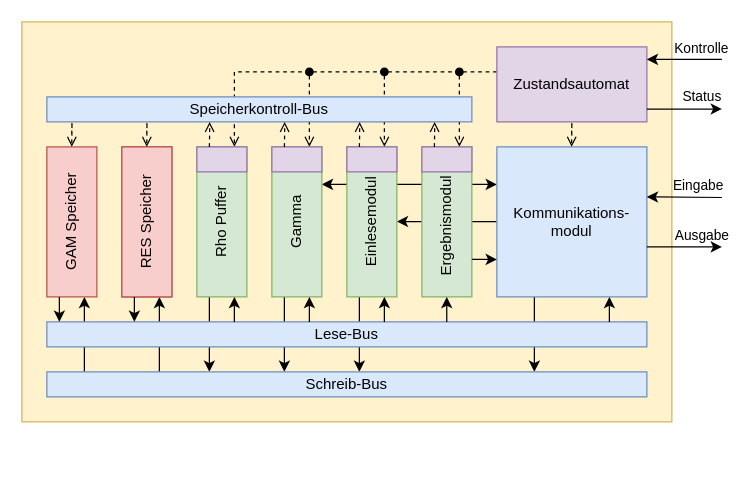
The draw.io diagram images/drawio templates/Iteration_3.drawio in niklaslorenz/abschlussarbeit, before the edit. Source tidied: cells renumbered, new cells numbered last; positions are measured from the earlier drawing's top-left corner, leaving out a move shared by most shapes. Both pictures are drawn from the tidied source at 125%, with x=0, y=0 at pixel (9, 21).
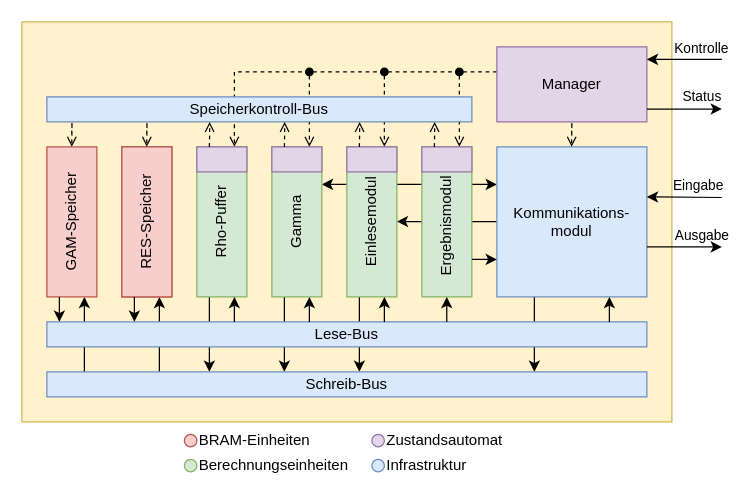
Above is the later version.

Commit message (it also covers changes not shown here):
Finished iteration 3 of the implementation chapter

Unchanged cells that the change refers to:
```xml
<mxCell id="15" style="group;" parent="1" vertex="1">
  <mxGeometry x="30" y="100" width="40" height="120" as="geometry" />
</mxCell>
<mxCell id="18" style="group;fillColor=#f8cecc;strokeColor=#b85450;" parent="1" vertex="1">
  <mxGeometry x="90" y="100" width="40" height="120" as="geometry" />
</mxCell>
<mxCell id="24" style="group;" parent="1" vertex="1">
  <mxGeometry x="150" y="100" width="40" height="120" as="geometry" />
</mxCell>
```

Diff of the diagram source:
```diff
@@
-    <mxCell id="17" value="GAM Speicher" style="text;html=1;strokeColor=none;fillColor=none;align=center;verticalAlign=middle;whiteSpace=wrap;rounded=0;rotation=-90;" parent="15" vertex="1">
+    <mxCell id="17" value="GAM-Speicher" style="text;html=1;strokeColor=none;fillColor=none;align=center;verticalAlign=middle;whiteSpace=wrap;rounded=0;rotation=-90;" parent="15" vertex="1">
       <mxGeometry x="-30" y="45" width="100" height="30" as="geometry" />
     </mxCell>
@@
-    <mxCell id="20" value="RES Speicher" style="text;html=1;strokeColor=none;fillColor=none;align=center;verticalAlign=middle;whiteSpace=wrap;rounded=0;rotation=-90;" parent="18" vertex="1">
+    <mxCell id="20" value="RES-Speicher" style="text;html=1;strokeColor=none;fillColor=none;align=center;verticalAlign=middle;whiteSpace=wrap;rounded=0;rotation=-90;" parent="18" vertex="1">
       <mxGeometry x="-30" y="45" width="100" height="30" as="geometry" />
     </mxCell>
@@
-    <mxCell id="26" value="Rho Puffer" style="text;html=1;strokeColor=none;fillColor=none;align=center;verticalAlign=middle;whiteSpace=wrap;rounded=0;rotation=-90;" parent="24" vertex="1">
+    <mxCell id="26" value="Rho-Puffer" style="text;html=1;strokeColor=none;fillColor=none;align=center;verticalAlign=middle;whiteSpace=wrap;rounded=0;rotation=-90;" parent="24" vertex="1">
       <mxGeometry x="-30" y="45" width="100" height="30" as="geometry" />
     </mxCell>
@@
-    <mxCell id="42" value="Zustandsautomat" style="rounded=0;whiteSpace=wrap;html=1;fillColor=#e1d5e7;strokeColor=#9673a6;" parent="1" vertex="1">
+    <mxCell id="42" value="Manager" style="rounded=0;whiteSpace=wrap;html=1;fillColor=#e1d5e7;strokeColor=#9673a6;" parent="1" vertex="1">
       <mxGeometry x="390" y="20" width="120" height="60" as="geometry" />
     </mxCell>
@@
+    <mxCell id="62" style="ellipse;whiteSpace=wrap;html=1;fillColor=#f8cecc;strokeColor=#b85450;" parent="1" vertex="1">
+      <mxGeometry x="140" y="330" width="10" height="10" as="geometry" />
+    </mxCell>
+    <mxCell id="63" value="BRAM-Einheiten" style="text;html=1;strokeColor=none;fillColor=none;align=left;verticalAlign=middle;whiteSpace=wrap;rounded=0;" parent="1" vertex="1">
+      <mxGeometry x="150" y="330" width="130" height="10" as="geometry" />
+    </mxCell>
+    <mxCell id="64" style="ellipse;whiteSpace=wrap;html=1;fillColor=#d5e8d4;strokeColor=#82b366;" parent="1" vertex="1">
+      <mxGeometry x="140" y="350" width="10" height="10" as="geometry" />
+    </mxCell>
+    <mxCell id="65" value="Berechnungseinheiten" style="text;html=1;strokeColor=none;fillColor=none;align=left;verticalAlign=middle;whiteSpace=wrap;rounded=0;" parent="1" vertex="1">
+      <mxGeometry x="150" y="350" width="130" height="10" as="geometry" />
+    </mxCell>
+    <mxCell id="66" style="ellipse;whiteSpace=wrap;html=1;fillColor=#e1d5e7;strokeColor=#9673a6;" parent="1" vertex="1">
+      <mxGeometry x="290" y="330" width="10" height="10" as="geometry" />
+    </mxCell>
+    <mxCell id="67" value="Zustandsautomat" style="text;html=1;strokeColor=none;fillColor=none;align=left;verticalAlign=middle;whiteSpace=wrap;rounded=0;" parent="1" vertex="1">
+      <mxGeometry x="300" y="330" width="130" height="10" as="geometry" />
+    </mxCell>
+    <mxCell id="68" style="ellipse;whiteSpace=wrap;html=1;fillColor=#dae8fc;strokeColor=#6c8ebf;" parent="1" vertex="1">
+      <mxGeometry x="290" y="350" width="10" height="10" as="geometry" />
+    </mxCell>
+    <mxCell id="69" value="Infrastruktur" style="text;html=1;strokeColor=none;fillColor=none;align=left;verticalAlign=middle;whiteSpace=wrap;rounded=0;" parent="1" vertex="1">
+      <mxGeometry x="300" y="350" width="130" height="10" as="geometry" />
+    </mxCell>
```
